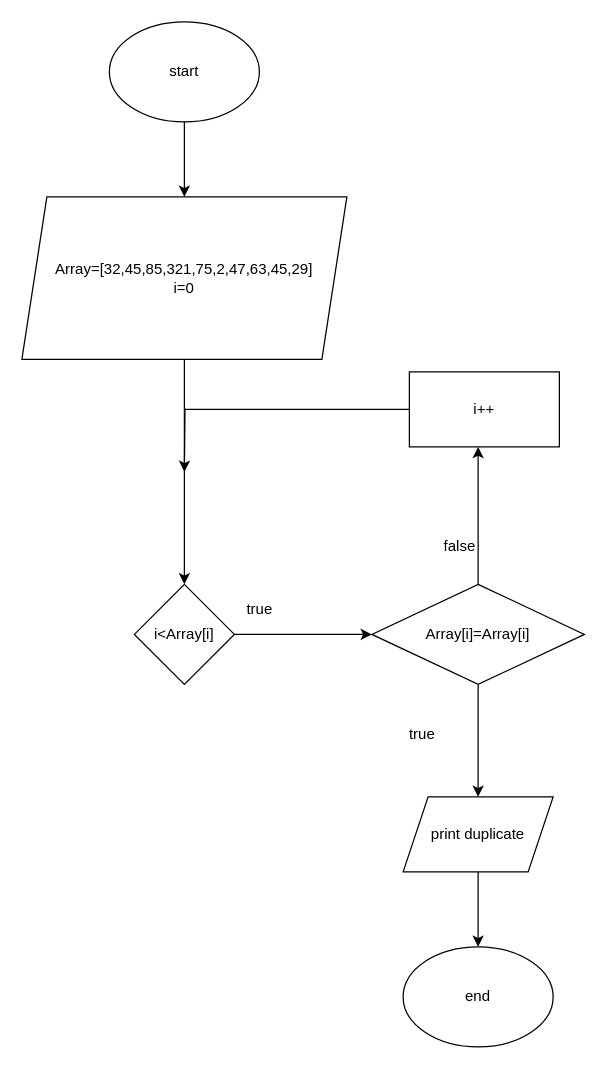
Earlier version of the draw.io diagram findtheduplicateelement.drawio (Rufatsb/first). Source tidied: cells renumbered, new cells numbered last; positions are measured from the earlier drawing's top-left corner, leaving out a move shared by most shapes. Both pictures are drawn from the tidied source at 125%, with x=0, y=0 at pixel (21, 21).
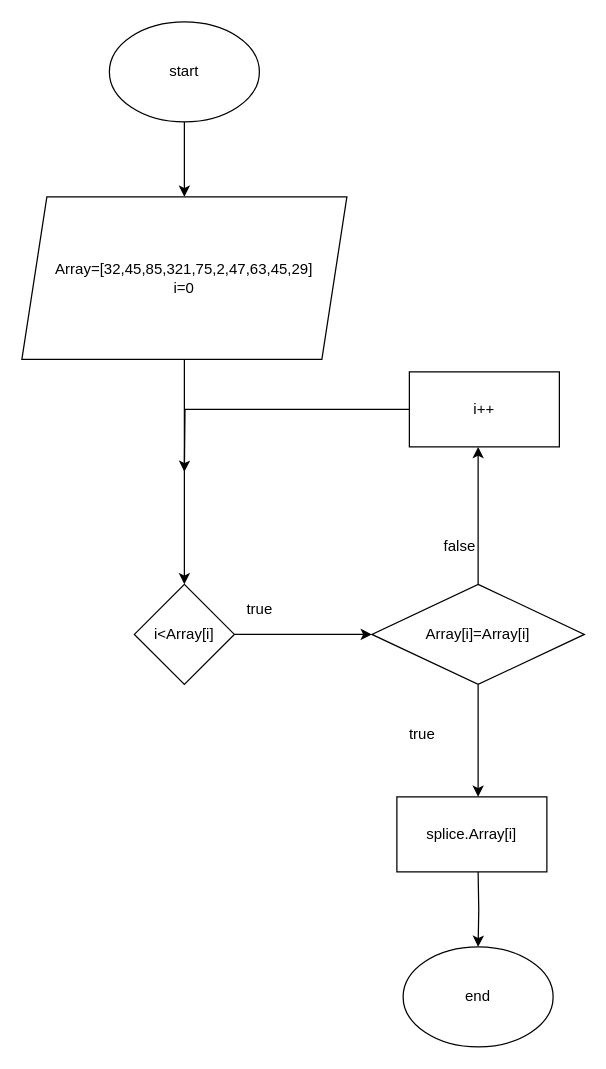
The same diagram, later.

Unchanged cells that the change refers to:
```xml
<mxCell id="10" value="Array[i]=Array[i]" style="rhombus;whiteSpace=wrap;html=1;" parent="1" vertex="1">
  <mxGeometry x="280" y="450" width="170" height="80" as="geometry" />
</mxCell>
<mxCell id="18" value="end" style="ellipse;whiteSpace=wrap;html=1;" parent="1" vertex="1">
  <mxGeometry x="305" y="740" width="120" height="80" as="geometry" />
</mxCell>
```

Diff of the diagram source:
```diff
@@
-    <mxCell id="9" style="edgeStyle=orthogonalEdgeStyle;rounded=0;jettySize=auto;html=1;" parent="1" edge="1" source="10" target="15">
-      <mxGeometry relative="1" as="geometry" />
+    <mxCell id="9" style="edgeStyle=orthogonalEdgeStyle;rounded=0;jettySize=auto;html=1;" parent="1" edge="1" source="10">
+      <mxGeometry relative="1" as="geometry">
+        <mxPoint x="365" y="620" as="targetPoint" />
+      </mxGeometry>
     </mxCell>
@@
-    <mxCell id="14" style="edgeStyle=orthogonalEdgeStyle;rounded=0;jettySize=auto;html=1;" parent="1" edge="1" source="15" target="18">
-      <mxGeometry relative="1" as="geometry" />
+    <mxCell id="14" style="edgeStyle=orthogonalEdgeStyle;rounded=0;jettySize=auto;html=1;" parent="1" edge="1" target="18">
+      <mxGeometry relative="1" as="geometry">
+        <mxPoint x="365" y="680" as="sourcePoint" />
+      </mxGeometry>
     </mxCell>
-    <mxCell id="15" value="print duplicate" style="shape=parallelogram;perimeter=parallelogramPerimeter;whiteSpace=wrap;html=1;fixedSize=1;" parent="1" vertex="1">
-      <mxGeometry x="305" y="620" width="120" height="60" as="geometry" />
-    </mxCell>
@@
+    <mxCell id="19" value="splice.Array[i]" style="rounded=0;whiteSpace=wrap;html=1;" parent="1" vertex="1">
+      <mxGeometry x="300" y="620" width="120" height="60" as="geometry" />
+    </mxCell>
```
